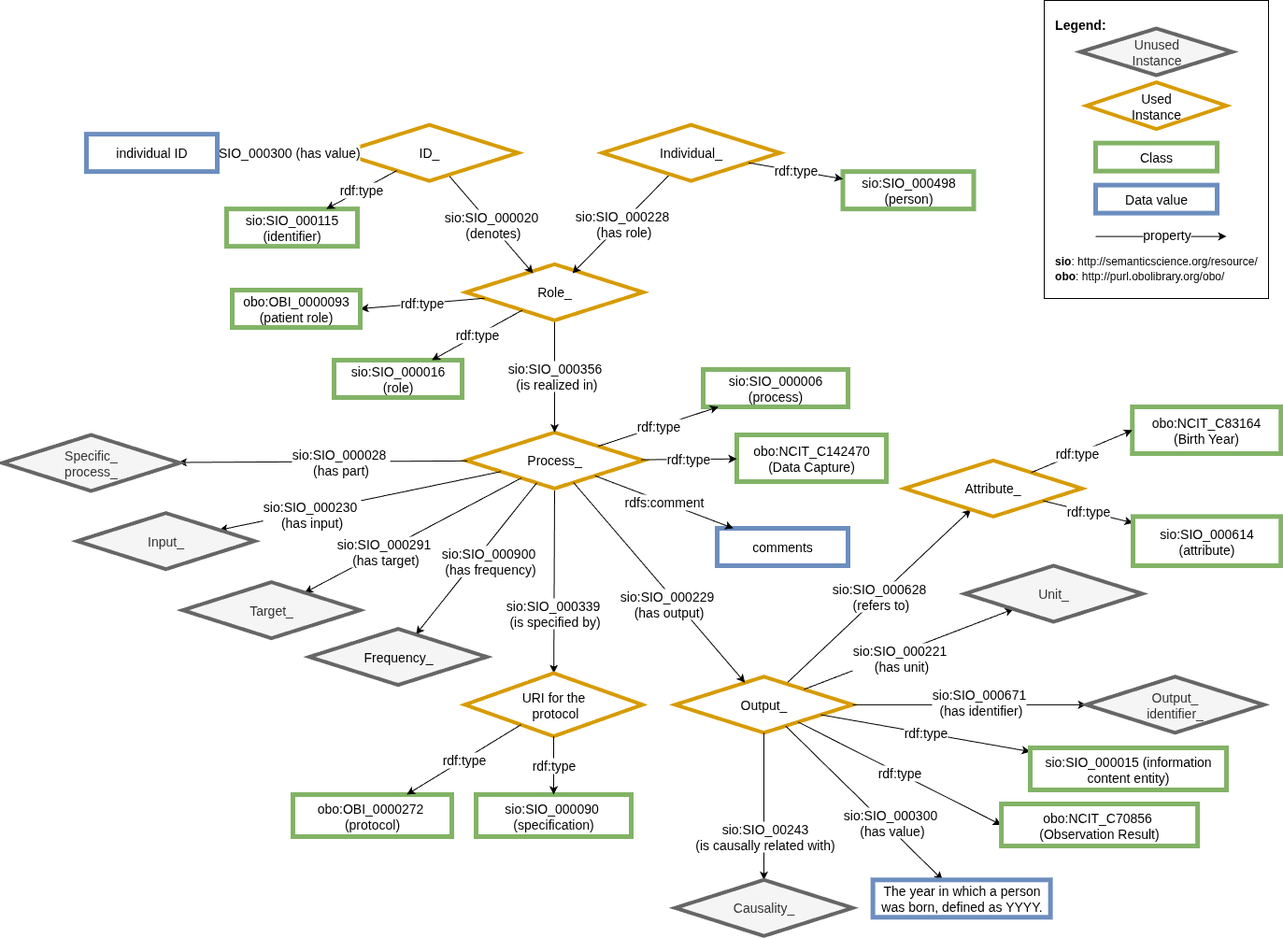
The draw.io diagram images/obo/CARE-SM-obo-Birthyear.drawio.png in CARE-SM/CARE-Semantic-Model, before a commit. Source tidied: cells renumbered, new cells last; positions are measured from the earlier drawing's top-left corner, leaving out a move shared by most shapes.
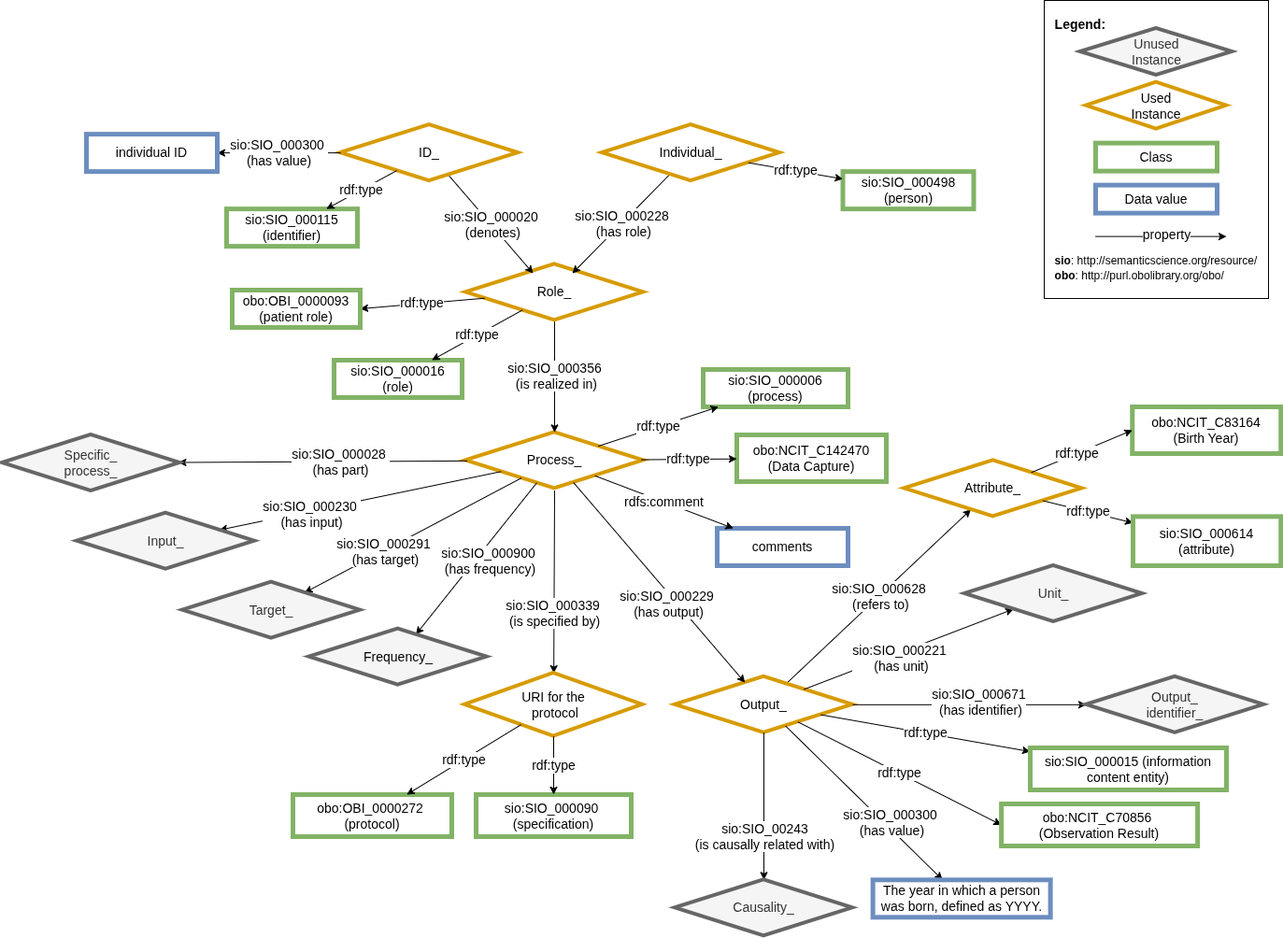
After the commit.

Diff of the diagram source:
```diff
@@ -184,7 +184,7 @@
     <mxCell id="55" value="rdf:type" style="edgeStyle=none;rounded=0;jettySize=auto;html=1;fontSize=14;" parent="1" edge="1" source="49" target="52">
       <mxGeometry relative="1" as="geometry" />
     </mxCell>
-    <mxCell id="56" value="sio:SIO_000300 (has value)" style="rounded=0;jettySize=auto;html=1;fontSize=14;" parent="1" edge="1" source="51" target="57">
+    <mxCell id="56" value="sio:SIO_000300&amp;nbsp;&lt;div&gt;(has value)&lt;/div&gt;" style="rounded=0;jettySize=auto;html=1;fontSize=14;" parent="1" edge="1" source="51" target="57">
       <mxGeometry relative="1" as="geometry" />
     </mxCell>
     <mxCell id="57" value="individual ID" style="whiteSpace=wrap;html=1;fillColor=#FFFFFF;strokeColor=#6c8ebf;strokeWidth=5;fontSize=14;" parent="1" vertex="1">
```
